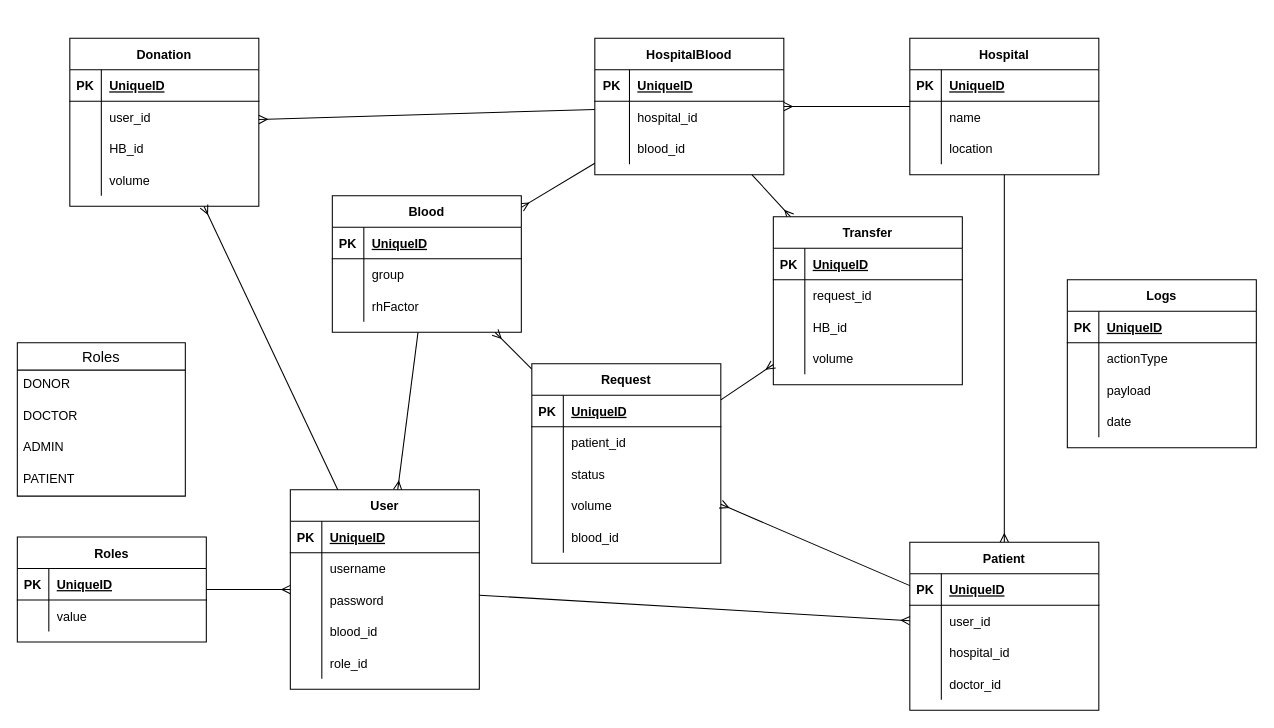
Before: database.drawio in Dispersioned/blood-donations-backend, a draw.io diagram. Source tidied: cells renumbered, new cells numbered last; positions are measured from the earlier drawing's top-left corner, leaving out a move shared by most shapes. Both pictures are drawn from the tidied source at 105%, with x=0, y=0 at pixel (17, 38).
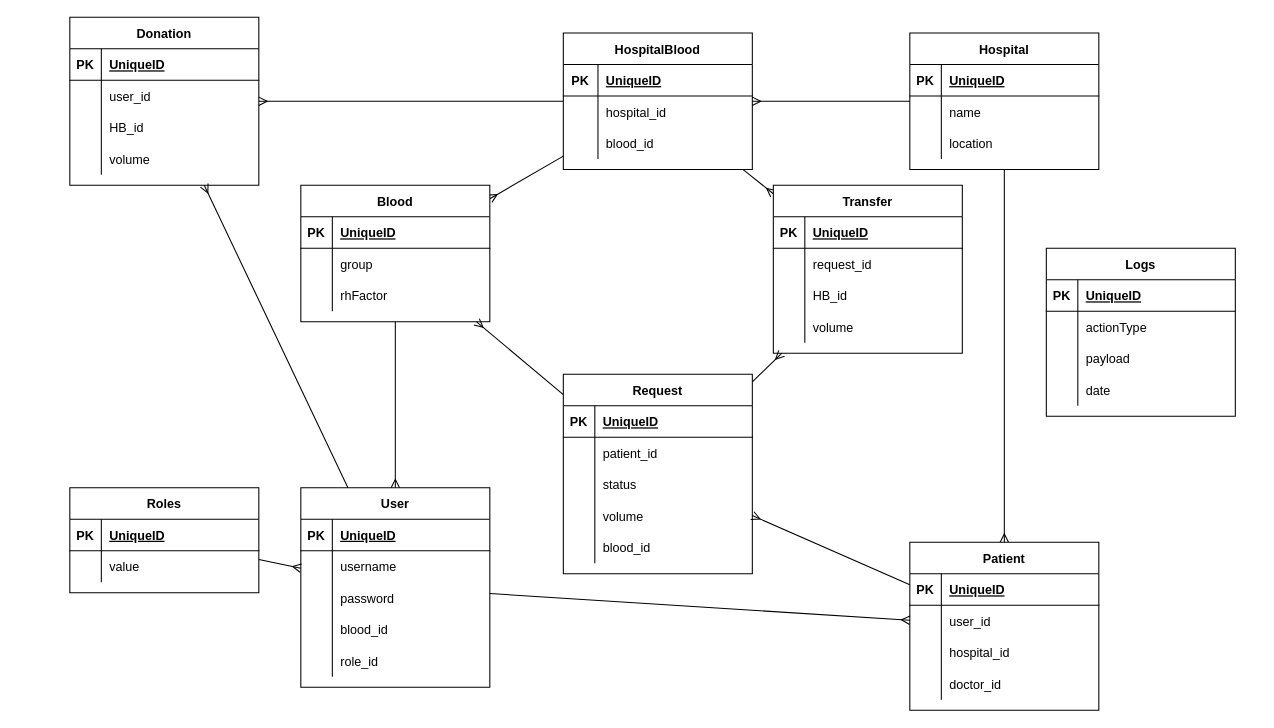
Above is the later version.

Diff of the diagram source:
```diff
@@
     <mxCell id="5" value="User" style="shape=table;startSize=30;childLayout=tableLayout;rowLines=0;fontStyle=1;align=center;" parent="1" vertex="1">
-      <mxGeometry x="260" y="430" width="180" height="190" as="geometry" />
+      <mxGeometry x="270" y="428" width="180" height="190" as="geometry" />
     </mxCell>
@@
     <mxCell id="23" value="Blood" style="shape=table;startSize=30;childLayout=tableLayout;rowLines=0;fontStyle=1;align=center;" parent="1" vertex="1">
-      <mxGeometry x="300" y="150" width="180" height="130" as="geometry" />
+      <mxGeometry x="270" y="140" width="180" height="130" as="geometry" />
     </mxCell>
@@
     <mxCell id="33" value="Hospital" style="shape=table;startSize=30;childLayout=tableLayout;rowLines=0;fontStyle=1;align=center;" parent="1" vertex="1">
-      <mxGeometry x="850" width="180" height="130" as="geometry" />
+      <mxGeometry x="850" y="-5" width="180" height="130" as="geometry" />
     </mxCell>
@@
     <mxCell id="45" value="HospitalBlood" style="shape=table;startSize=30;childLayout=tableLayout;rowLines=0;fontStyle=1;align=center;" parent="1" vertex="1">
-      <mxGeometry x="550" width="180" height="130" as="geometry" />
+      <mxGeometry x="520" y="-5" width="180" height="130" as="geometry" />
     </mxCell>
@@
     <mxCell id="57" value="Donation" style="shape=table;startSize=30;childLayout=tableLayout;rowLines=0;fontStyle=1;align=center;" parent="1" vertex="1">
-      <mxGeometry x="50" width="180" height="160" as="geometry" />
+      <mxGeometry x="50" y="-20" width="180" height="160" as="geometry" />
     </mxCell>
@@
     <mxCell id="70" value="Roles" style="shape=table;startSize=30;childLayout=tableLayout;rowLines=0;fontStyle=1;align=center;" parent="1" vertex="1">
-      <mxGeometry y="475" width="180" height="100" as="geometry" />
+      <mxGeometry x="50" y="428" width="180" height="100" as="geometry" />
     </mxCell>
@@
     <mxCell id="79" value="Transfer" style="shape=table;startSize=30;childLayout=tableLayout;rowLines=0;fontStyle=1;align=center;" parent="1" vertex="1">
-      <mxGeometry x="720" y="170" width="180" height="160" as="geometry" />
+      <mxGeometry x="720" y="140" width="180" height="160" as="geometry" />
     </mxCell>
@@
-    <mxCell id="92" value="Roles" style="swimlane;fontStyle=0;horizontal=1;startSize=26;align=center;fontSize=14;" parent="1" vertex="1">
-      <mxGeometry y="290" width="160" height="146" as="geometry" />
-    </mxCell>
-    <mxCell id="93" value="DONOR" style="text;strokeColor=none;fillColor=none;spacingLeft=4;spacingRight=4;overflow=hidden;fontSize=12;" parent="92" vertex="1">
-      <mxGeometry y="26" width="160" height="30" as="geometry" />
-    </mxCell>
-    <mxCell id="94" value="DOCTOR" style="text;strokeColor=none;fillColor=none;spacingLeft=4;spacingRight=4;overflow=hidden;fontSize=12;" parent="92" vertex="1">
-      <mxGeometry y="56" width="160" height="30" as="geometry" />
-    </mxCell>
-    <mxCell id="95" value="ADMIN" style="text;strokeColor=none;fillColor=none;spacingLeft=4;spacingRight=4;overflow=hidden;fontSize=12;" parent="92" vertex="1">
-      <mxGeometry y="86" width="160" height="30" as="geometry" />
-    </mxCell>
-    <mxCell id="96" value="PATIENT" style="text;strokeColor=none;fillColor=none;spacingLeft=4;spacingRight=4;overflow=hidden;fontSize=12;" parent="92" vertex="1">
-      <mxGeometry y="116" width="160" height="30" as="geometry" />
-    </mxCell>
     <mxCell id="97" value="Logs" style="shape=table;startSize=30;childLayout=tableLayout;rowLines=0;fontStyle=1;align=center;" parent="1" vertex="1">
-      <mxGeometry x="1000" y="230" width="180" height="160" as="geometry" />
+      <mxGeometry x="980" y="200" width="180" height="160" as="geometry" />
     </mxCell>
@@
     <mxCell id="124" value="Request" style="shape=table;startSize=30;childLayout=tableLayout;rowLines=0;fontStyle=1;align=center;" parent="1" vertex="1">
-      <mxGeometry x="490" y="310" width="180" height="190" as="geometry" />
+      <mxGeometry x="520" y="320" width="180" height="190" as="geometry" />
     </mxCell>
```
